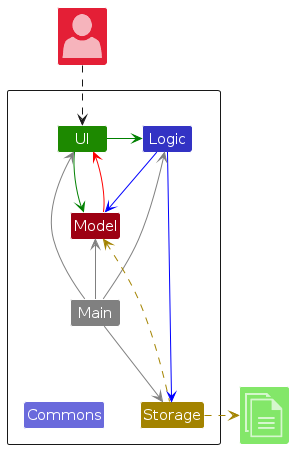
This is diagrams/ArchitectureDiagram.png from AY2324S1-CS2103T-T11-3/tp, a PlantUML export, as it was before one commit. Its source is kept beside it as diagrams/ArchitectureDiagram.puml.
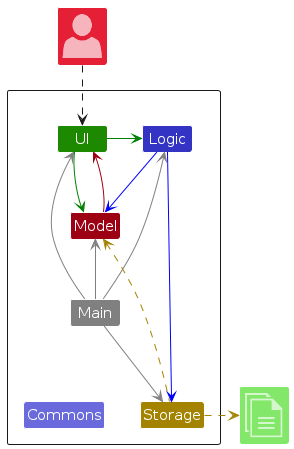
The same file after the commit.

Diff of the diagram source:
```diff
@@ -21,7 +21,7 @@
 UI -right[#green]-> Model
 Logic -[#blue]-> Storage
 Logic -down[#blue]-> Model
-Model -up[#red]-> UI
+Model -up[MODEL_COLOR]-> UI
 Main -[#grey]-> UI
 Main -[#grey]-> Logic
 Main -[#grey]-> Storage
```
